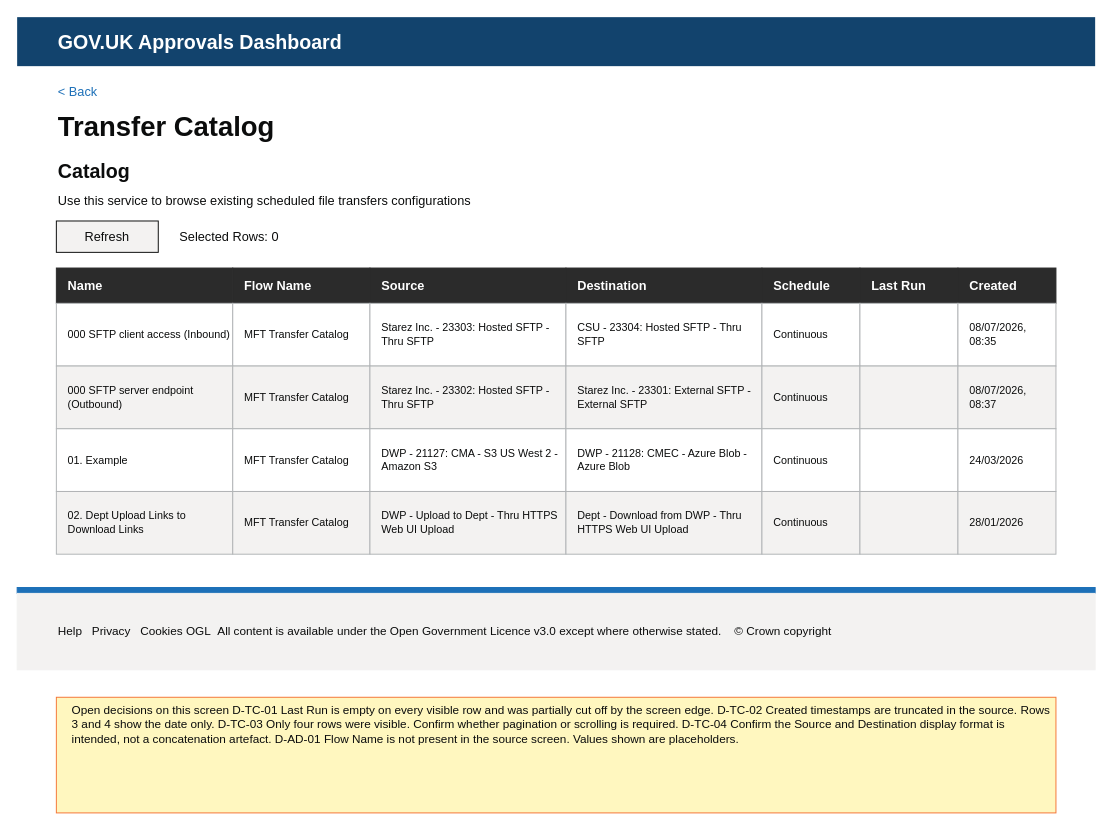
Before: page "Transfer Catalog" (2 of 3) of assets/file-transfer-requests-dashboard.drawio in odiyo-vimo/fp, a draw.io diagram. Source tidied: cells renumbered, new cells numbered last; positions are measured from the earlier drawing's top-left corner, leaving out a move shared by most shapes. Both pictures are drawn from the tidied source at 98%, with x=0, y=0 at pixel (17, 17).
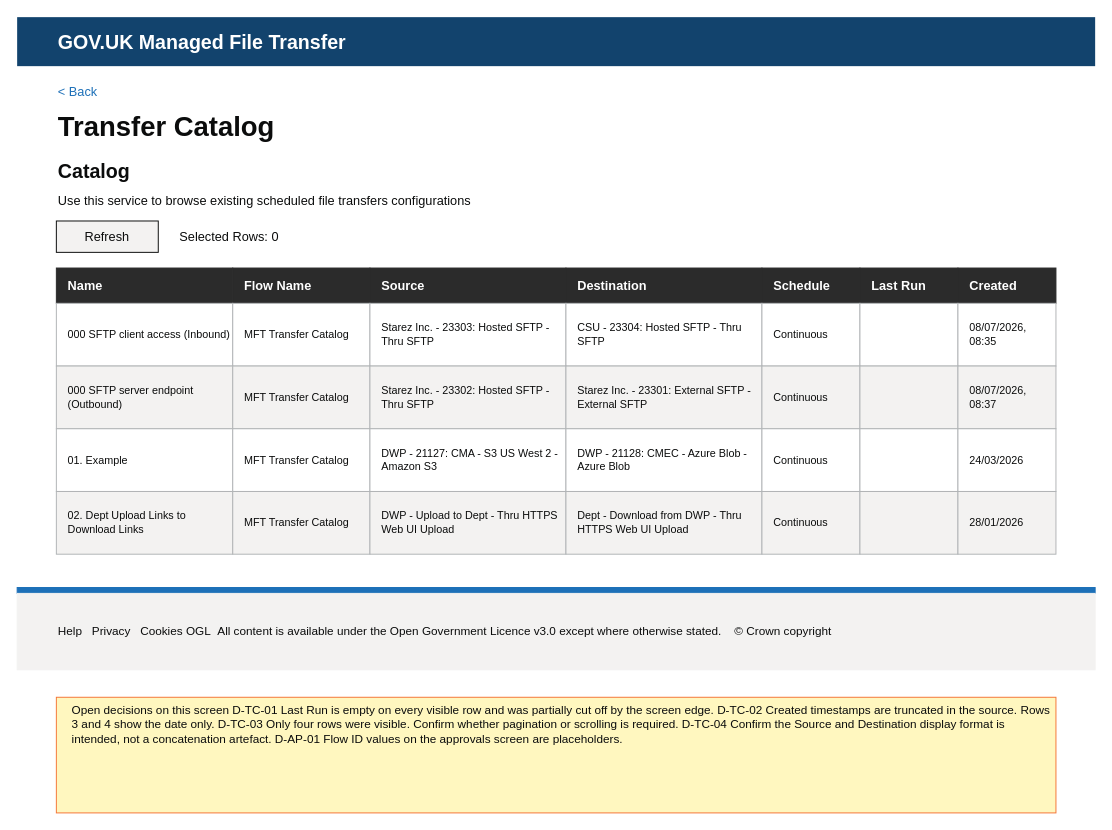
After the change.

Commit message (it also covers changes not shown here):
Add File Transfer Requests Dashboard: assets/file-transfer-requests-dashboard.drawio

What changed in the source:
```diff
@@
-    <mxCell id="2" value="GOV.UK   Approvals Dashboard" style="rounded=0;whiteSpace=wrap;html=1;fillColor=#12436d;strokeColor=none;align=left;verticalAlign=middle;fontFamily=Helvetica;fontSize=20;fontStyle=1;fontColor=#ffffff;spacingLeft=40;" parent="1" vertex="1">
+    <mxCell id="2" value="GOV.UK   Managed File Transfer" style="rounded=0;whiteSpace=wrap;html=1;fillColor=#12436d;strokeColor=none;align=left;verticalAlign=middle;fontFamily=Helvetica;fontSize=20;fontStyle=1;fontColor=#ffffff;spacingLeft=40;" parent="1" vertex="1">
       <mxGeometry width="1100" height="50" as="geometry" />
     </mxCell>
@@
-    <mxCell id="46" value="Open decisions on this screen&amp;#10;&amp;#10;D-TC-01  Last Run is empty on every visible row and was partially cut off by the screen edge.&amp;#10;D-TC-02  Created timestamps are truncated in the source. Rows 3 and 4 show the date only.&amp;#10;D-TC-03  Only four rows were visible. Confirm whether pagination or scrolling is required.&amp;#10;D-TC-04  Confirm the Source and Destination display format is intended, not a concatenation artefact.&amp;#10;D-AD-01  Flow Name is not present in the source screen. Values shown are placeholders." style="rounded=0;whiteSpace=wrap;html=1;fillColor=#fff7bf;strokeColor=#f47738;align=left;verticalAlign=top;fontFamily=Helvetica;fontSize=12;fontStyle=0;fontColor=#0b0c0c;spacingLeft=14;" parent="1" vertex="1">
+    <mxCell id="46" value="Open decisions on this screen&amp;#10;&amp;#10;D-TC-01  Last Run is empty on every visible row and was partially cut off by the screen edge.&amp;#10;D-TC-02  Created timestamps are truncated in the source. Rows 3 and 4 show the date only.&amp;#10;D-TC-03  Only four rows were visible. Confirm whether pagination or scrolling is required.&amp;#10;D-TC-04  Confirm the Source and Destination display format is intended, not a concatenation artefact.&amp;#10;D-AP-01  Flow ID values on the approvals screen are placeholders." style="rounded=0;whiteSpace=wrap;html=1;fillColor=#fff7bf;strokeColor=#f47738;align=left;verticalAlign=top;fontFamily=Helvetica;fontSize=12;fontStyle=0;fontColor=#0b0c0c;spacingLeft=14;" parent="1" vertex="1">
       <mxGeometry x="40" y="694" width="1020" height="118" as="geometry" />
     </mxCell>
```
